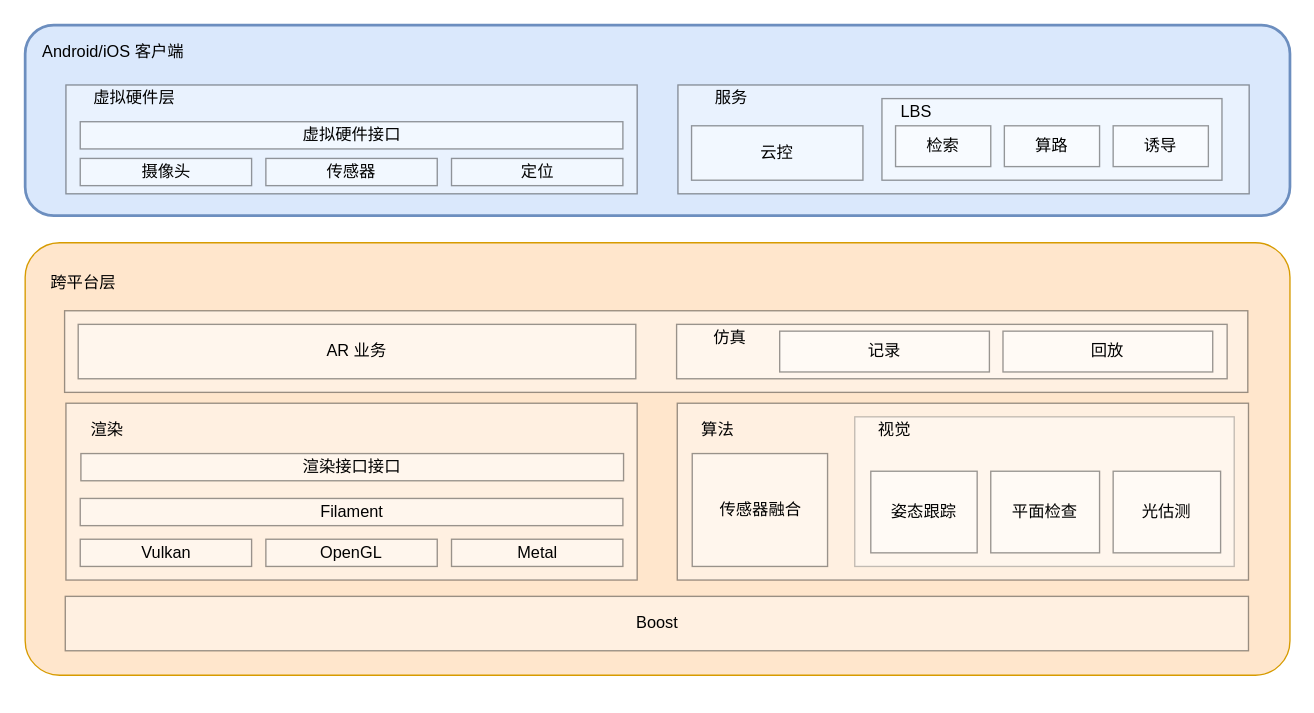
This is page "Page-3" (3 of 6) of AR 客户端架构.drawio from wangziji/graphics, a draw.io file, before an edit. Source tidied: cells renumbered, new cells numbered last; positions are measured from the earlier drawing's top-left corner, leaving out a move shared by most shapes. Both pictures are drawn from the tidied source at 136%, with x=0, y=0 at pixel (24, 24).
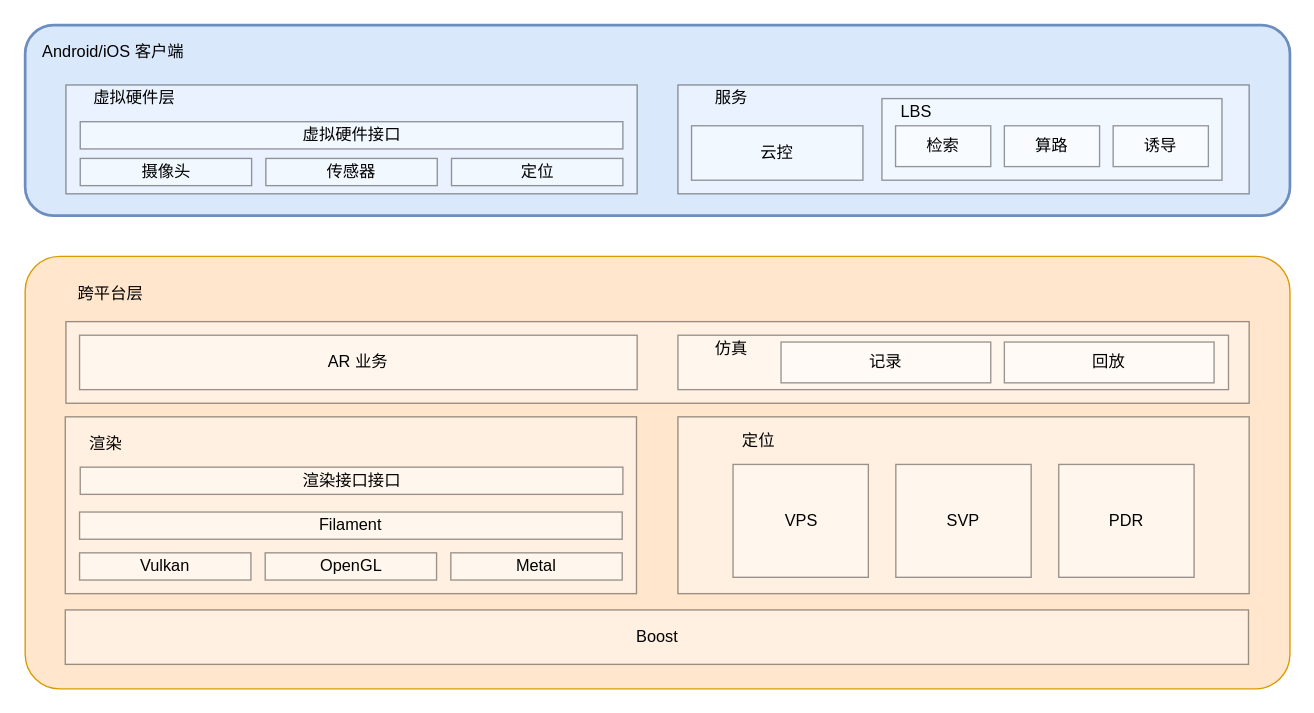
After the change.

What changed in the source:
```diff
@@
-    <mxCell id="2" style="group;" parent="1" vertex="1">
-      <mxGeometry x="470" y="278" width="460" height="202" as="geometry" />
-    </mxCell>
-    <mxCell id="3" style="rounded=1;whiteSpace=wrap;html=1;fillColor=#ffe6cc;strokeColor=#d79b00;arcSize=8;" parent="2" vertex="1">
-      <mxGeometry x="-470" y="-118" width="930" height="318" as="geometry" />
-    </mxCell>
-    <mxCell id="4" style="rounded=0;whiteSpace=wrap;html=1;strokeWidth=1;opacity=40;" parent="2" vertex="1">
-      <mxGeometry x="140" y="10" width="279" height="110" as="geometry" />
-    </mxCell>
-    <mxCell id="5" style="rounded=0;whiteSpace=wrap;html=1;strokeWidth=1;opacity=40;" parent="2" vertex="1">
-      <mxGeometry x="9.5" width="420" height="130" as="geometry" />
-    </mxCell>
-    <mxCell id="6" value="算法" style="text;html=1;strokeColor=none;fillColor=none;align=center;verticalAlign=middle;whiteSpace=wrap;rounded=0;opacity=40;" parent="2" vertex="1">
-      <mxGeometry y="10" width="78.8" height="20" as="geometry" />
-    </mxCell>
-    <mxCell id="7" value="传感器融合" style="rounded=0;whiteSpace=wrap;html=1;strokeWidth=1;opacity=40;" parent="2" vertex="1">
-      <mxGeometry x="20.5" y="37" width="99.5" height="83" as="geometry" />
-    </mxCell>
-    <mxCell id="8" value="姿态跟踪" style="rounded=0;whiteSpace=wrap;html=1;strokeWidth=1;opacity=40;" parent="2" vertex="1">
-      <mxGeometry x="151.8" y="50" width="78.2" height="60" as="geometry" />
-    </mxCell>
-    <mxCell id="9" value="平面检查" style="rounded=0;whiteSpace=wrap;html=1;strokeWidth=1;opacity=40;" parent="2" vertex="1">
-      <mxGeometry x="240" y="50" width="80" height="60" as="geometry" />
-    </mxCell>
-    <mxCell id="10" value="光估测" style="rounded=0;whiteSpace=wrap;html=1;strokeWidth=1;opacity=40;" parent="2" vertex="1">
-      <mxGeometry x="330" y="50" width="79" height="60" as="geometry" />
-    </mxCell>
-    <mxCell id="11" value="视觉" style="text;html=1;strokeColor=none;fillColor=none;align=center;verticalAlign=middle;whiteSpace=wrap;rounded=0;opacity=40;" parent="2" vertex="1">
-      <mxGeometry x="130" y="10" width="78.8" height="20" as="geometry" />
-    </mxCell>
-    <mxCell id="12" value="Boost" style="rounded=0;whiteSpace=wrap;html=1;strokeWidth=1;opacity=40;" parent="2" vertex="1">
-      <mxGeometry x="-440.5" y="142" width="870" height="40" as="geometry" />
-    </mxCell>
-    <mxCell id="13" value="跨平台层" style="text;html=1;strokeColor=none;fillColor=none;align=center;verticalAlign=middle;whiteSpace=wrap;rounded=0;" parent="1" vertex="1">
-      <mxGeometry x="10" y="180" width="66" height="20" as="geometry" />
-    </mxCell>
@@
+    <mxCell id="47" style="group;" parent="1" vertex="1">
+      <mxGeometry y="170" width="930" height="318" as="geometry" />
+    </mxCell>
+    <mxCell id="3" style="rounded=1;whiteSpace=wrap;html=1;fillColor=#ffe6cc;strokeColor=#d79b00;arcSize=8;" parent="47" vertex="1">
+      <mxGeometry width="930" height="318" as="geometry" />
+    </mxCell>
+    <mxCell id="12" value="Boost" style="rounded=0;whiteSpace=wrap;html=1;strokeWidth=1;opacity=40;" parent="47" vertex="1">
+      <mxGeometry x="29.5" y="260" width="870" height="40" as="geometry" />
+    </mxCell>
+    <mxCell id="48" style="group;" parent="47" vertex="1">
+      <mxGeometry x="480" y="118" width="420" height="130" as="geometry" />
+    </mxCell>
+    <mxCell id="5" style="rounded=0;whiteSpace=wrap;html=1;strokeWidth=1;opacity=40;" parent="48" vertex="1">
+      <mxGeometry width="420" height="130" as="geometry" />
+    </mxCell>
+    <mxCell id="6" value="定位" style="text;html=1;strokeColor=none;fillColor=none;align=center;verticalAlign=middle;whiteSpace=wrap;rounded=0;opacity=40;" parent="48" vertex="1">
+      <mxGeometry x="20" y="8" width="78.8" height="20" as="geometry" />
+    </mxCell>
+    <mxCell id="7" value="VPS" style="rounded=0;whiteSpace=wrap;html=1;strokeWidth=1;opacity=40;" parent="48" vertex="1">
+      <mxGeometry x="40.5" y="35" width="99.5" height="83" as="geometry" />
+    </mxCell>
+    <mxCell id="49" value="SVP" style="rounded=0;whiteSpace=wrap;html=1;strokeWidth=1;opacity=40;" parent="48" vertex="1">
+      <mxGeometry x="160.2" y="35" width="99.5" height="83" as="geometry" />
+    </mxCell>
+    <mxCell id="50" value="PDR" style="rounded=0;whiteSpace=wrap;html=1;strokeWidth=1;opacity=40;" parent="48" vertex="1">
+      <mxGeometry x="280" y="35" width="99.5" height="83" as="geometry" />
+    </mxCell>
-    <mxCell id="32" style="group;" parent="1" vertex="1">
-      <mxGeometry x="20.5" y="278" width="429.5" height="130" as="geometry" />
+    <mxCell id="32" style="group;" parent="47" vertex="1">
+      <mxGeometry x="20" y="118" width="429.5" height="130" as="geometry" />
     </mxCell>
@@
-    <mxCell id="40" style="group;" parent="1" vertex="1">
-      <mxGeometry x="29" y="210" width="870" height="60" as="geometry" />
+    <mxCell id="40" style="group;" parent="47" vertex="1">
+      <mxGeometry x="30" y="48" width="870" height="60" as="geometry" />
     </mxCell>
@@
+    <mxCell id="13" value="跨平台层" style="text;html=1;strokeColor=none;fillColor=none;align=center;verticalAlign=middle;whiteSpace=wrap;rounded=0;" parent="47" vertex="1">
+      <mxGeometry x="30" y="18" width="66" height="20" as="geometry" />
+    </mxCell>
```
